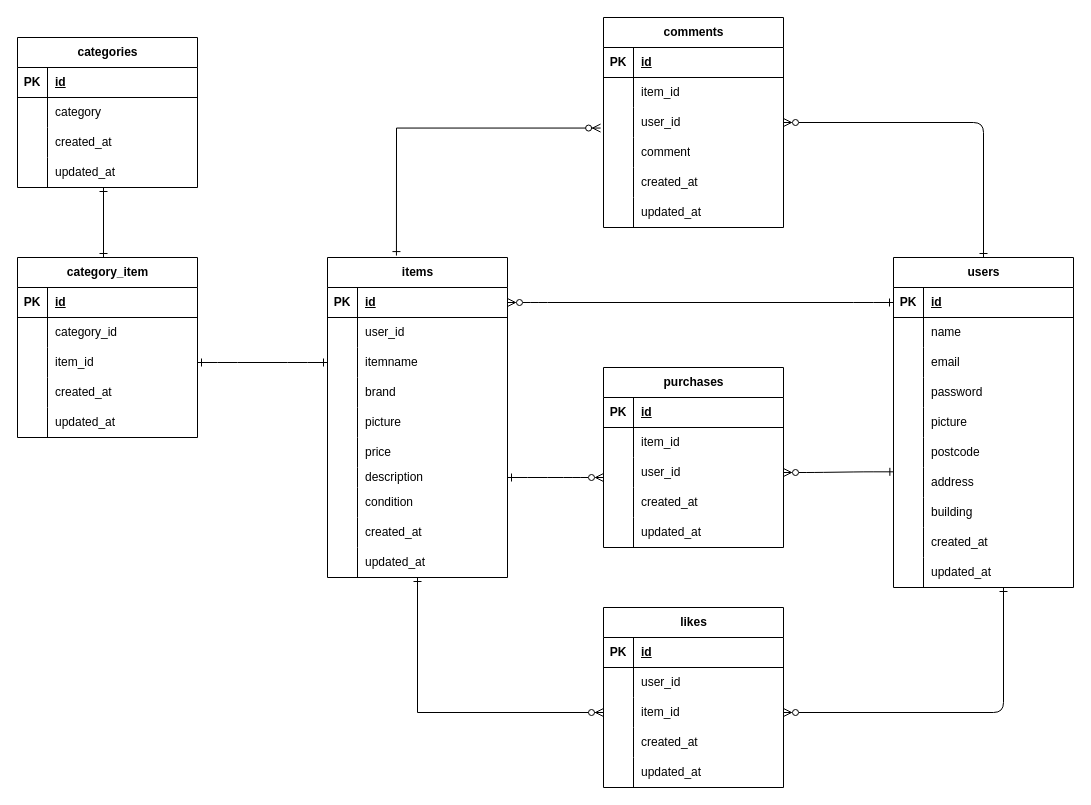
The draw.io diagram src/hurima.drawio in yminamo5-code/mogi1_furima, before the edit. Source tidied: cells renumbered, new cells numbered last; positions are measured from the earlier drawing's top-left corner, leaving out a move shared by most shapes. Both pictures are drawn from the tidied source at 100%, with x=0, y=0 at pixel (17, 17).
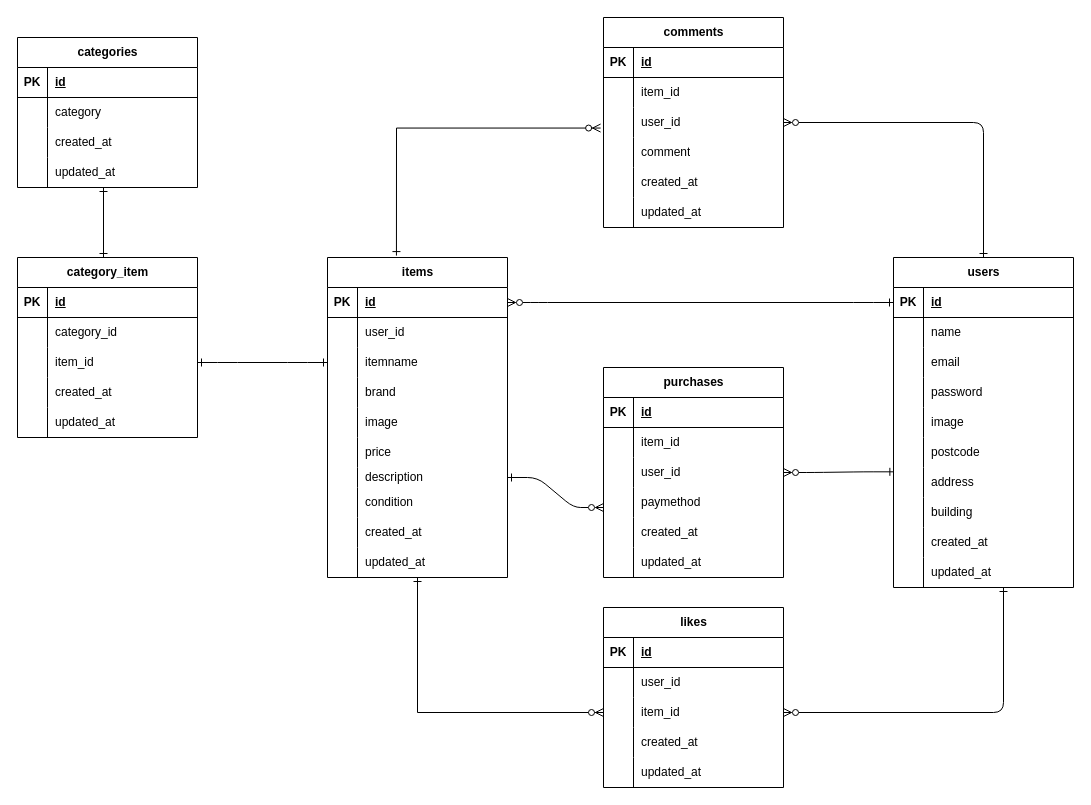
The same page after the edit.

The change refers to these unchanged cells:
```xml
<mxCell id="15" style="shape=tableRow;horizontal=0;startSize=0;swimlaneHead=0;swimlaneBody=0;fillColor=none;top=0;left=0;right=0;bottom=0;" parent="2" vertex="1">
  <mxGeometry y="150" width="180" height="30" as="geometry" />
</mxCell>
<mxCell id="46" style="shape=tableRow;horizontal=0;startSize=0;swimlaneHead=0;swimlaneBody=0;fillColor=none;top=0;left=0;right=0;bottom=0;" parent="33" vertex="1">
  <mxGeometry y="150" width="180" height="30" as="geometry" />
</mxCell>
```

The edit, as a diff of the source:
```diff
@@
-    <mxCell id="17" value="picture" style="shape=partialRectangle;fillColor=none;top=0;left=0;bottom=0;right=0;align=left;spacingLeft=6;overflow=hidden;whiteSpace=wrap;html=1;" parent="15" vertex="1">
+    <mxCell id="17" value="image" style="shape=partialRectangle;fillColor=none;top=0;left=0;bottom=0;right=0;align=left;spacingLeft=6;overflow=hidden;whiteSpace=wrap;html=1;" parent="15" vertex="1">
       <mxGeometry x="30" width="150" height="30" as="geometry" />
     </mxCell>
@@
-    <mxCell id="48" value="picture" style="shape=partialRectangle;fillColor=none;top=0;left=0;bottom=0;right=0;align=left;spacingLeft=6;overflow=hidden;whiteSpace=wrap;html=1;" parent="46" vertex="1">
+    <mxCell id="48" value="image" style="shape=partialRectangle;fillColor=none;top=0;left=0;bottom=0;right=0;align=left;spacingLeft=6;overflow=hidden;whiteSpace=wrap;html=1;" parent="46" vertex="1">
       <mxGeometry x="30" width="150" height="30" as="geometry" />
     </mxCell>
@@
     <mxCell id="128" value="purchases" style="shape=table;startSize=30;childLayout=tableLayout;rowLines=0;fontStyle=1;align=center;html=1;" parent="1" vertex="1">
-      <mxGeometry x="586" y="350" width="180" height="180" as="geometry" />
+      <mxGeometry x="586" y="350" width="180" height="210" as="geometry" />
     </mxCell>
@@
+    <mxCell id="153" style="shape=tableRow;horizontal=0;startSize=0;swimlaneHead=0;swimlaneBody=0;fillColor=none;top=0;left=0;right=0;bottom=0;" parent="128" vertex="1">
+      <mxGeometry y="120" width="180" height="30" as="geometry" />
+    </mxCell>
+    <mxCell id="154" style="shape=partialRectangle;fillColor=none;top=0;left=0;bottom=0;right=0;overflow=hidden;whiteSpace=wrap;html=1;" parent="153" vertex="1">
+      <mxGeometry width="30" height="30" as="geometry" />
+    </mxCell>
+    <mxCell id="155" value="paymethod" style="shape=partialRectangle;fillColor=none;top=0;left=0;bottom=0;right=0;align=left;spacingLeft=6;overflow=hidden;whiteSpace=wrap;html=1;" parent="153" vertex="1">
+      <mxGeometry x="30" width="150" height="30" as="geometry" />
+    </mxCell>
     <mxCell id="138" style="shape=tableRow;horizontal=0;startSize=0;swimlaneHead=0;swimlaneBody=0;fillColor=none;points=[[0,0.5],[1,0.5]];portConstraint=eastwest;top=0;left=0;right=0;bottom=0;" parent="128" vertex="1">
-      <mxGeometry y="120" width="180" height="30" as="geometry" />
+      <mxGeometry y="150" width="180" height="30" as="geometry" />
     </mxCell>
@@
     <mxCell id="141" style="shape=tableRow;horizontal=0;startSize=0;swimlaneHead=0;swimlaneBody=0;fillColor=none;top=0;left=0;right=0;bottom=0;" parent="128" vertex="1">
-      <mxGeometry y="150" width="180" height="30" as="geometry" />
+      <mxGeometry y="180" width="180" height="30" as="geometry" />
     </mxCell>
```
